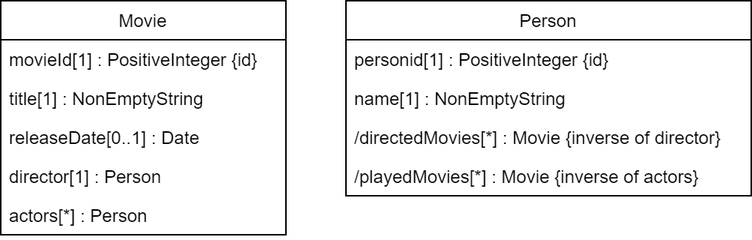
troppdus/webapp23-troppa keeps this draw.io diagram as docs/assignment5/OO_class_model.png. Above is the earlier version. Source tidied: cells renumbered, new cells last; positions are measured from the earlier drawing's top-left corner, leaving out a move shared by most shapes. Its diagram source:
```xml
<mxGraphModel>
  <root>
    <mxCell id="0" />
    <mxCell id="1" parent="0" />
    <mxCell id="2" value="Movie" style="swimlane;fontStyle=0;horizontal=1;startSize=26;fillColor=none;" parent="1" vertex="1">
      <mxGeometry width="190" height="156" as="geometry" />
    </mxCell>
    <mxCell id="3" value="movieId[1] : PositiveInteger {id}" style="text;strokeColor=none;fillColor=none;align=left;verticalAlign=top;spacingLeft=4;spacingRight=4;overflow=hidden;" parent="2" vertex="1">
      <mxGeometry y="26" width="190" height="26" as="geometry" />
    </mxCell>
    <mxCell id="4" value="title[1] : NonEmptyString" style="text;strokeColor=none;fillColor=none;align=left;verticalAlign=top;spacingLeft=4;spacingRight=4;overflow=hidden;" parent="2" vertex="1">
      <mxGeometry y="52" width="190" height="26" as="geometry" />
    </mxCell>
    <mxCell id="5" value="releaseDate[0..1] : Date" style="text;strokeColor=none;fillColor=none;align=left;verticalAlign=top;spacingLeft=4;spacingRight=4;overflow=hidden;" parent="2" vertex="1">
      <mxGeometry y="78" width="190" height="26" as="geometry" />
    </mxCell>
    <mxCell id="6" value="director[1] : Person" style="text;strokeColor=none;fillColor=none;align=left;verticalAlign=top;spacingLeft=4;spacingRight=4;overflow=hidden;" parent="2" vertex="1">
      <mxGeometry y="104" width="190" height="26" as="geometry" />
    </mxCell>
    <mxCell id="7" value="actors[*] : Person" style="text;strokeColor=none;fillColor=none;align=left;verticalAlign=top;spacingLeft=4;spacingRight=4;overflow=hidden;" parent="2" vertex="1">
      <mxGeometry y="130" width="190" height="26" as="geometry" />
    </mxCell>
    <mxCell id="8" value="Person" style="swimlane;fontStyle=0;horizontal=1;startSize=26;fillColor=none;" parent="1" vertex="1">
      <mxGeometry x="230" width="270" height="130" as="geometry" />
    </mxCell>
    <mxCell id="9" value="personid[1] : PositiveInteger {id}" style="text;strokeColor=none;fillColor=none;align=left;verticalAlign=top;spacingLeft=4;spacingRight=4;overflow=hidden;" parent="8" vertex="1">
      <mxGeometry y="26" width="270" height="26" as="geometry" />
    </mxCell>
    <mxCell id="10" value="name[1] : NonEmptyString" style="text;strokeColor=none;fillColor=none;align=left;verticalAlign=top;spacingLeft=4;spacingRight=4;overflow=hidden;" parent="8" vertex="1">
      <mxGeometry y="52" width="270" height="26" as="geometry" />
    </mxCell>
    <mxCell id="11" value="/directedMovies[*] : Movie {inverse of director}" style="text;strokeColor=none;fillColor=none;align=left;verticalAlign=top;spacingLeft=4;spacingRight=4;overflow=hidden;" parent="8" vertex="1">
      <mxGeometry y="78" width="270" height="26" as="geometry" />
    </mxCell>
    <mxCell id="12" value="/playedMovies[*] : Movie {inverse of actors}" style="text;strokeColor=none;fillColor=none;align=left;verticalAlign=top;spacingLeft=4;spacingRight=4;overflow=hidden;" parent="8" vertex="1">
      <mxGeometry y="104" width="270" height="26" as="geometry" />
    </mxCell>
  </root>
</mxGraphModel>
```
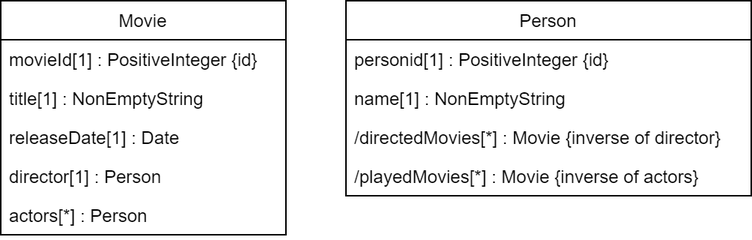
Later version of the same file.

The edit, as a diff of the source:
```diff
@@ -11,7 +11,7 @@
     <mxCell id="4" value="title[1] : NonEmptyString" style="text;strokeColor=none;fillColor=none;align=left;verticalAlign=top;spacingLeft=4;spacingRight=4;overflow=hidden;" parent="2" vertex="1">
       <mxGeometry y="52" width="190" height="26" as="geometry" />
     </mxCell>
-    <mxCell id="5" value="releaseDate[0..1] : Date" style="text;strokeColor=none;fillColor=none;align=left;verticalAlign=top;spacingLeft=4;spacingRight=4;overflow=hidden;" parent="2" vertex="1">
+    <mxCell id="5" value="releaseDate[1] : Date" style="text;strokeColor=none;fillColor=none;align=left;verticalAlign=top;spacingLeft=4;spacingRight=4;overflow=hidden;" parent="2" vertex="1">
       <mxGeometry y="78" width="190" height="26" as="geometry" />
     </mxCell>
     <mxCell id="6" value="director[1] : Person" style="text;strokeColor=none;fillColor=none;align=left;verticalAlign=top;spacingLeft=4;spacingRight=4;overflow=hidden;" parent="2" vertex="1">
```
